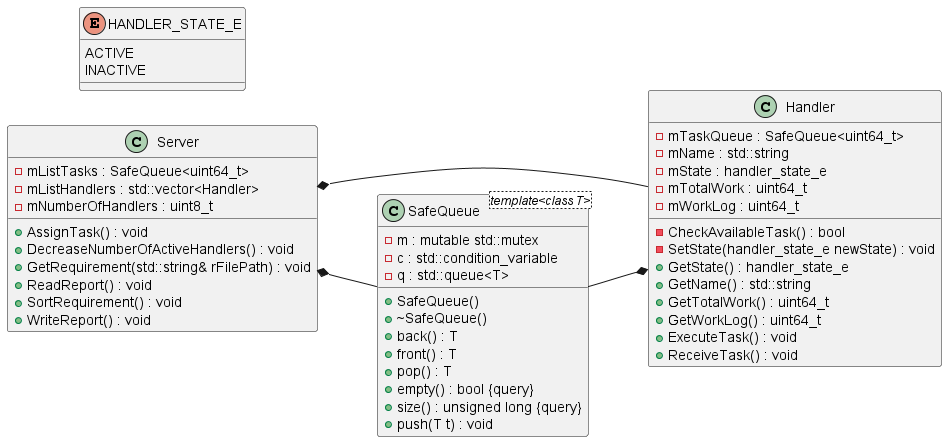
Earlier version of the PlantUML export design/out/classdiagram.png (Bill66613/nevonex-hackthon). Its diagram source:
```plantuml
@startuml






class Handler {
	-mTaskQueue : SafeQueue<uint64_t>
	-mName : std::string
	-mState : handler_state_e
	-mTotalWork : uint64_t
	-mWorkLog : uint64_t

	-CheckAvailableTask() : bool
	-SetState(handler_state_e newState) : void
	+GetState() : handler_state_e
	+GetName() : std::string
	+GetTotalWork() : uint64_t
	+GetWorkLog() : uint64_t
	+ExecuteTask() : void
	+ReceiveTask() : void
}


class SafeQueue <template<class T>> {
	-m : mutable std::mutex
	-c : std::condition_variable
	-q : std::queue<T>

	+SafeQueue()
	+~SafeQueue()
	+back() : T
	+front() : T
	+pop() : T
	+empty() : bool {query}
	+size() : unsigned long {query}
	+push(T t) : void
}


class Server {
	-mListTasks : SafeQueue<uint64_t>
	-mListHandlers : std::vector<Handler>
	-mNumberOfHandlers : uint8_t
	+AssignTask() : void
	+DecreaseNumberOfActiveHandlers() : void
	+GetRequirement(std::string& rFilePath) : void
	+ReadReport() : void
	+SortRequirement() : void
	+WriteReport() : void
}


enum HANDLER_STATE_E {
	ACTIVE
	INACTIVE
}









left to right direction
.SafeQueue --* .Handler


.Server *-- .Handler


.Server *-- .SafeQueue









@enduml
```
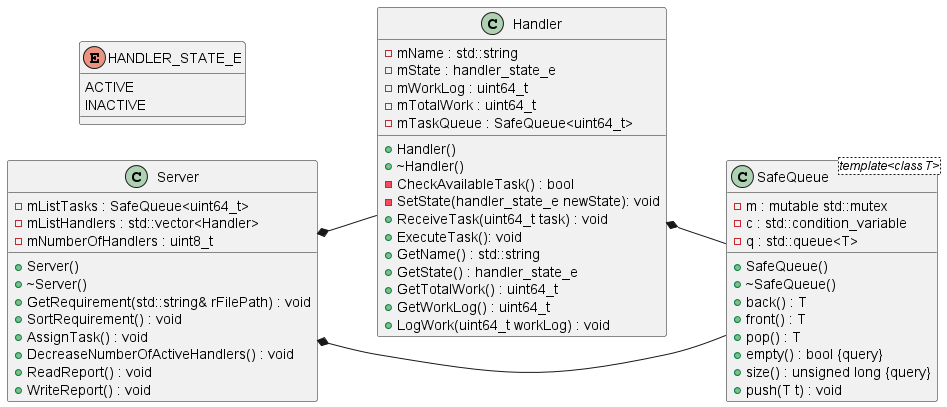
Above is the later version.

The edit, as a diff of the source:
```diff
@@ -6,20 +6,22 @@
 
 
 class Handler {
-	-mTaskQueue : SafeQueue<uint64_t>
 	-mName : std::string
 	-mState : handler_state_e
+	-mWorkLog : uint64_t
 	-mTotalWork : uint64_t
-	-mWorkLog : uint64_t
-
+	-mTaskQueue : SafeQueue<uint64_t>
+	+Handler()
+	+~Handler()
 	-CheckAvailableTask() : bool
-	-SetState(handler_state_e newState) : void
+	-SetState(handler_state_e newState): void
+	+ReceiveTask(uint64_t task) : void
+	+ExecuteTask(): void
+	+GetName() : std::string
 	+GetState() : handler_state_e
-	+GetName() : std::string
 	+GetTotalWork() : uint64_t
 	+GetWorkLog() : uint64_t
-	+ExecuteTask() : void
-	+ReceiveTask() : void
+	+LogWork(uint64_t workLog) : void
 }
 
 
@@ -27,7 +29,6 @@
 	-m : mutable std::mutex
 	-c : std::condition_variable
 	-q : std::queue<T>
-
 	+SafeQueue()
 	+~SafeQueue()
 	+back() : T
@@ -43,11 +44,13 @@
 	-mListTasks : SafeQueue<uint64_t>
 	-mListHandlers : std::vector<Handler>
 	-mNumberOfHandlers : uint8_t
+	+Server()
+	+~Server()
+	+GetRequirement(std::string& rFilePath) : void
+	+SortRequirement() : void
 	+AssignTask() : void
 	+DecreaseNumberOfActiveHandlers() : void
-	+GetRequirement(std::string& rFilePath) : void
 	+ReadReport() : void
-	+SortRequirement() : void
 	+WriteReport() : void
 }
 
@@ -66,7 +69,7 @@
 
 
 left to right direction
-.SafeQueue --* .Handler
+.Handler *-- .SafeQueue
 
 
 .Server *-- .Handler
```
